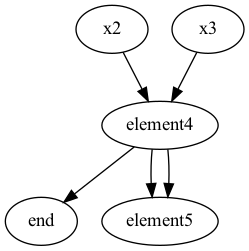
Above: HM2/scheme.dot.png in PeterLarochkin/discrete_structures (Graphviz), before the change. Its source is kept beside it as HM2/scheme.dot.
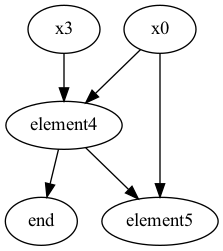
After the commit.

What changed in the source:
```diff
@@ -1,9 +1,9 @@
 digraph G {
 
+ "x0" -> "element4";
+ "element4" -> "element5";
+ "x3" -> "element4";
  "element4" -> "end";
- "element4" -> "element5";
- "element4" -> "element5";
- "x2" -> "element4";
- "x3" -> "element4";
+ "x0" -> "element5";
 
 }
```
